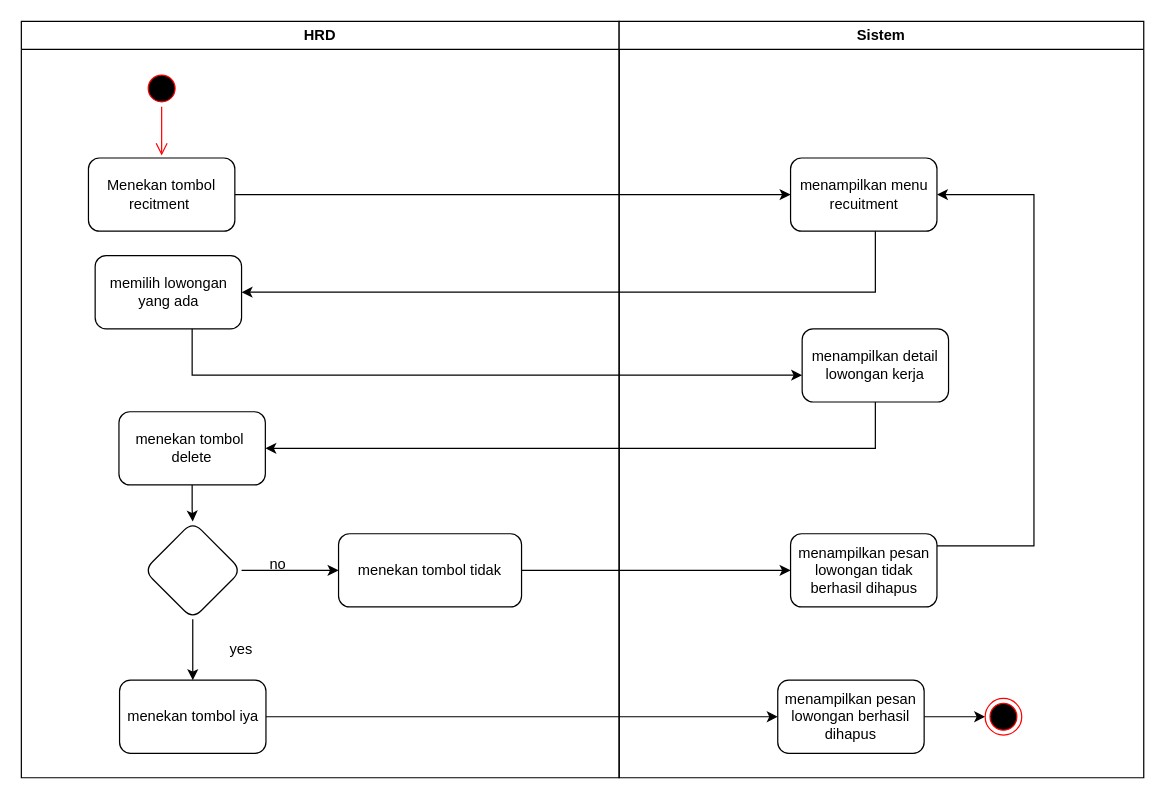
Above: Activity Diagram Delete.drawio in Tijan01/UAS_APPL (draw.io), before the change. Source tidied: cells renumbered, new cells numbered last; positions are measured from the earlier drawing's top-left corner, leaving out a move shared by most shapes. Both pictures are drawn from the tidied source at 122%, with x=0, y=0 at pixel (21, 21).
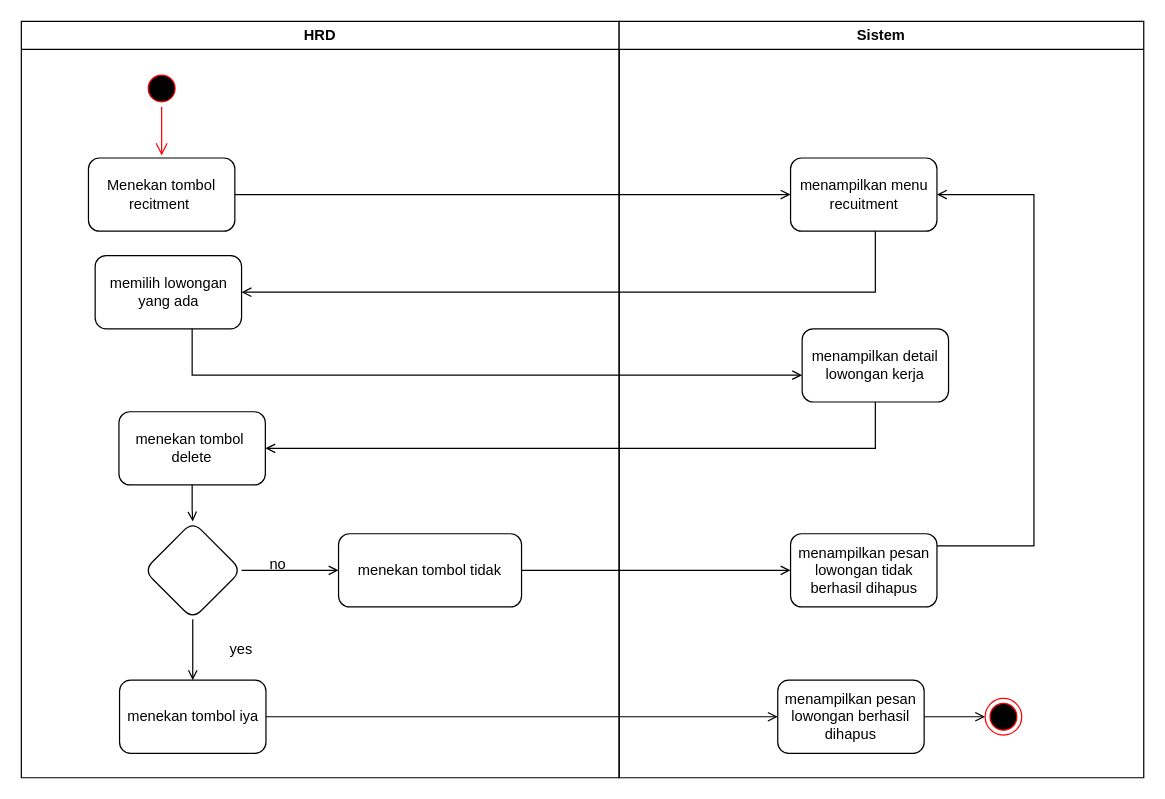
The same diagram, later.

The change refers to these unchanged cells:
```xml
<mxCell id="2" value="HRD" style="swimlane;whiteSpace=wrap;startSize=23;" parent="1" vertex="1">
  <mxGeometry width="490" height="620" as="geometry" />
</mxCell>
<mxCell id="5" value="Menekan tombol recitment&amp;nbsp;" style="rounded=1;whiteSpace=wrap;html=1;" parent="2" vertex="1">
  <mxGeometry x="55" y="112" width="120" height="60" as="geometry" />
</mxCell>
<mxCell id="6" value="memilih lowongan yang ada" style="whiteSpace=wrap;html=1;fillColor=rgb(255, 255, 255);strokeColor=rgb(0, 0, 0);fontColor=rgb(0, 0, 0);rounded=1;" parent="2" vertex="1">
  <mxGeometry x="60.5" y="192" width="120" height="60" as="geometry" />
</mxCell>
<mxCell id="8" value="menekan tombol&amp;nbsp; delete" style="whiteSpace=wrap;html=1;fillColor=rgb(255, 255, 255);strokeColor=rgb(0, 0, 0);fontColor=rgb(0, 0, 0);rounded=1;" parent="2" vertex="1">
  <mxGeometry x="80" y="320" width="120" height="60" as="geometry" />
</mxCell>
<mxCell id="11" style="rhombus;whiteSpace=wrap;html=1;fillColor=rgb(255, 255, 255);strokeColor=rgb(0, 0, 0);fontColor=rgb(0, 0, 0);rounded=1;" parent="2" vertex="1">
  <mxGeometry x="100.5" y="410" width="80" height="80" as="geometry" />
</mxCell>
<mxCell id="12" value="menekan tombol iya" style="whiteSpace=wrap;html=1;fillColor=rgb(255, 255, 255);strokeColor=rgb(0, 0, 0);fontColor=rgb(0, 0, 0);rounded=1;" parent="2" vertex="1">
  <mxGeometry x="80.5" y="540" width="120" height="60" as="geometry" />
</mxCell>
<mxCell id="13" value="menekan tombol tidak" style="whiteSpace=wrap;html=1;fillColor=rgb(255, 255, 255);strokeColor=rgb(0, 0, 0);fontColor=rgb(0, 0, 0);rounded=1;" parent="2" vertex="1">
  <mxGeometry x="260" y="420" width="150" height="60" as="geometry" />
</mxCell>
<mxCell id="16" value="Sistem" style="swimlane;whiteSpace=wrap;" parent="1" vertex="1">
  <mxGeometry x="490" width="430" height="620" as="geometry" />
</mxCell>
<mxCell id="17" value="menampilkan menu recuitment" style="whiteSpace=wrap;html=1;fillColor=rgb(255, 255, 255);strokeColor=rgb(0, 0, 0);fontColor=rgb(0, 0, 0);rounded=1;" parent="16" vertex="1">
  <mxGeometry x="140.5" y="112" width="120" height="60" as="geometry" />
</mxCell>
<mxCell id="18" value="menampilkan detail lowongan kerja" style="whiteSpace=wrap;html=1;fillColor=rgb(255, 255, 255);strokeColor=rgb(0, 0, 0);fontColor=rgb(0, 0, 0);rounded=1;" parent="16" vertex="1">
  <mxGeometry x="150" y="252" width="120" height="60" as="geometry" />
</mxCell>
<mxCell id="20" value="menampilkan pesan lowongan berhasil dihapus" style="whiteSpace=wrap;html=1;fillColor=rgb(255, 255, 255);strokeColor=rgb(0, 0, 0);fontColor=rgb(0, 0, 0);rounded=1;" parent="16" vertex="1">
  <mxGeometry x="130" y="540" width="120" height="60" as="geometry" />
</mxCell>
<mxCell id="21" style="ellipse;html=1;shape=endState;fillColor=#000000;strokeColor=#ff0000;" parent="16" vertex="1">
  <mxGeometry x="300" y="555" width="30" height="30" as="geometry" />
</mxCell>
<mxCell id="23" value="menampilkan pesan lowongan tidak berhasil dihapus" style="whiteSpace=wrap;html=1;fillColor=rgb(255, 255, 255);strokeColor=rgb(0, 0, 0);fontColor=rgb(0, 0, 0);rounded=1;" parent="16" vertex="1">
  <mxGeometry x="140.5" y="420" width="120" height="60" as="geometry" />
</mxCell>
```

What changed in the source:
```diff
@@
-    <mxCell id="7" style="edgeStyle=orthogonalEdgeStyle;rounded=0;jettySize=auto;html=1;entryX=0.5;entryY=0;entryDx=0;entryDy=0;" parent="2" edge="1" source="8" target="11">
+    <mxCell id="7" style="edgeStyle=orthogonalEdgeStyle;rounded=0;jettySize=auto;html=1;entryX=0.5;entryY=0;entryDx=0;entryDy=0;endArrow=open;endFill=0;" parent="2" edge="1" source="8" target="11">
       <mxGeometry relative="1" as="geometry" />
     </mxCell>
@@
-    <mxCell id="9" style="edgeStyle=orthogonalEdgeStyle;rounded=0;jettySize=auto;html=1;" parent="2" edge="1" source="11" target="12">
+    <mxCell id="9" style="edgeStyle=orthogonalEdgeStyle;rounded=0;jettySize=auto;html=1;endArrow=open;endFill=0;" parent="2" edge="1" source="11" target="12">
       <mxGeometry relative="1" as="geometry" />
     </mxCell>
-    <mxCell id="10" style="edgeStyle=orthogonalEdgeStyle;rounded=0;jettySize=auto;html=1;" parent="2" edge="1" source="11" target="13">
+    <mxCell id="10" style="edgeStyle=orthogonalEdgeStyle;rounded=0;jettySize=auto;html=1;endArrow=open;endFill=0;" parent="2" edge="1" source="11" target="13">
       <mxGeometry relative="1" as="geometry" />
     </mxCell>
@@
-    <mxCell id="19" style="edgeStyle=orthogonalEdgeStyle;rounded=0;jettySize=auto;html=1;" parent="16" edge="1" source="20" target="21">
+    <mxCell id="19" style="edgeStyle=orthogonalEdgeStyle;rounded=0;jettySize=auto;html=1;endArrow=open;endFill=0;" parent="16" edge="1" source="20" target="21">
       <mxGeometry relative="1" as="geometry" />
     </mxCell>
@@
-    <mxCell id="22" style="edgeStyle=orthogonalEdgeStyle;rounded=0;jettySize=auto;html=1;entryX=1;entryY=0.5;entryDx=0;entryDy=0;" parent="16" edge="1" source="23" target="17">
+    <mxCell id="22" style="edgeStyle=orthogonalEdgeStyle;rounded=0;jettySize=auto;html=1;entryX=1;entryY=0.5;entryDx=0;entryDy=0;endArrow=open;endFill=0;" parent="16" edge="1" source="23" target="17">
       <mxGeometry relative="1" as="geometry">
         <Array as="points">
           <mxPoint x="340" y="430" />
           <mxPoint x="340" y="142" />
         </Array>
       </mxGeometry>
     </mxCell>
@@
-    <mxCell id="24" style="edgeStyle=orthogonalEdgeStyle;rounded=0;jettySize=auto;html=1;" parent="1" edge="1" source="5" target="17">
+    <mxCell id="24" style="edgeStyle=orthogonalEdgeStyle;rounded=0;jettySize=auto;html=1;endArrow=open;endFill=0;" parent="1" edge="1" source="5" target="17">
       <mxGeometry relative="1" as="geometry" />
     </mxCell>
-    <mxCell id="25" style="edgeStyle=orthogonalEdgeStyle;rounded=0;jettySize=auto;html=1;" parent="1" edge="1" source="17" target="6">
+    <mxCell id="25" style="edgeStyle=orthogonalEdgeStyle;rounded=0;jettySize=auto;html=1;endArrow=open;endFill=0;" parent="1" edge="1" source="17" target="6">
       <mxGeometry relative="1" as="geometry">
         <Array as="points">
           <mxPoint x="700" y="222" />
         </Array>
       </mxGeometry>
     </mxCell>
-    <mxCell id="26" style="edgeStyle=orthogonalEdgeStyle;rounded=0;jettySize=auto;html=1;" parent="1" edge="1" source="6" target="18">
+    <mxCell id="26" style="edgeStyle=orthogonalEdgeStyle;rounded=0;jettySize=auto;html=1;endArrow=open;endFill=0;" parent="1" edge="1" source="6" target="18">
       <mxGeometry relative="1" as="geometry">
         <Array as="points">
           <mxPoint x="140" y="290" />
         </Array>
       </mxGeometry>
     </mxCell>
-    <mxCell id="27" style="edgeStyle=orthogonalEdgeStyle;rounded=0;jettySize=auto;html=1;" parent="1" edge="1" source="18" target="8">
+    <mxCell id="27" style="edgeStyle=orthogonalEdgeStyle;rounded=0;jettySize=auto;html=1;endArrow=open;endFill=0;" parent="1" edge="1" source="18" target="8">
       <mxGeometry relative="1" as="geometry">
         <Array as="points">
           <mxPoint x="700" y="350" />
         </Array>
       </mxGeometry>
     </mxCell>
-    <mxCell id="28" style="edgeStyle=orthogonalEdgeStyle;rounded=0;jettySize=auto;html=1;exitX=1;exitY=0.5;exitDx=0;exitDy=0;" parent="1" edge="1" source="12" target="20">
+    <mxCell id="28" style="edgeStyle=orthogonalEdgeStyle;rounded=0;jettySize=auto;html=1;exitX=1;exitY=0.5;exitDx=0;exitDy=0;endArrow=open;endFill=0;" parent="1" edge="1" source="12" target="20">
       <mxGeometry relative="1" as="geometry" />
     </mxCell>
-    <mxCell id="29" style="edgeStyle=orthogonalEdgeStyle;rounded=0;jettySize=auto;html=1;" parent="1" edge="1" source="13" target="23">
+    <mxCell id="29" style="edgeStyle=orthogonalEdgeStyle;rounded=0;jettySize=auto;html=1;endArrow=open;endFill=0;" parent="1" edge="1" source="13" target="23">
       <mxGeometry relative="1" as="geometry" />
     </mxCell>
```
